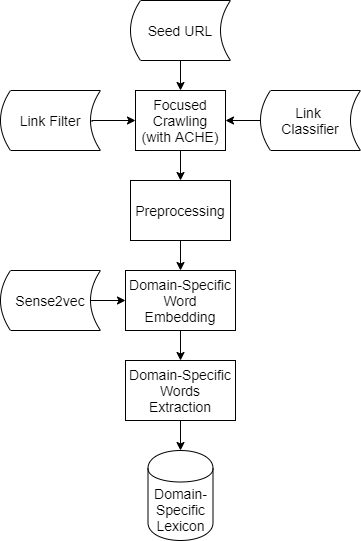
prisilamichelle/DevelopmentofDSLforABSA keeps this draw.io diagram as Conference-LaTeX-template_10-17-19/fig1.png. Above is the earlier version. Source tidied: cells renumbered, new cells last; positions are measured from the earlier drawing's top-left corner, leaving out a move shared by most shapes. Source of this version:
```xml
<mxGraphModel>
  <root>
    <mxCell id="0" />
    <mxCell id="1" parent="0" />
    <mxCell id="2" style="edgeStyle=orthogonalEdgeStyle;rounded=0;jettySize=auto;html=1;exitX=0.5;exitY=1;exitDx=0;exitDy=0;entryX=0.5;entryY=0;entryDx=0;entryDy=0;" parent="1" edge="1" source="3" target="5">
      <mxGeometry relative="1" as="geometry" />
    </mxCell>
    <mxCell id="3" value="&lt;font style=&quot;font-size: 14px&quot;&gt;Focused&lt;br&gt;Crawling&lt;br&gt;(with ACHE)&lt;/font&gt;" style="rounded=0;whiteSpace=wrap;html=1;" parent="1" vertex="1">
      <mxGeometry x="135" y="90" width="90" height="60" as="geometry" />
    </mxCell>
    <mxCell id="4" style="edgeStyle=orthogonalEdgeStyle;rounded=0;jettySize=auto;html=1;" parent="1" edge="1" source="5" target="7">
      <mxGeometry relative="1" as="geometry" />
    </mxCell>
    <mxCell id="5" value="&lt;font style=&quot;font-size: 14px&quot;&gt;Preprocessing&lt;/font&gt;" style="rounded=0;whiteSpace=wrap;html=1;" parent="1" vertex="1">
      <mxGeometry x="130" y="180" width="100" height="60" as="geometry" />
    </mxCell>
    <mxCell id="6" style="edgeStyle=orthogonalEdgeStyle;rounded=0;jettySize=auto;html=1;exitX=0.5;exitY=1;exitDx=0;exitDy=0;entryX=0.5;entryY=0;entryDx=0;entryDy=0;" parent="1" edge="1" source="7" target="18">
      <mxGeometry relative="1" as="geometry">
        <Array as="points">
          <mxPoint x="180" y="360" />
          <mxPoint x="180" y="360" />
        </Array>
      </mxGeometry>
    </mxCell>
    <mxCell id="7" value="&lt;font style=&quot;font-size: 14px&quot;&gt;Domain-Specific&lt;br&gt;Word&lt;br&gt;Embedding&lt;/font&gt;" style="rounded=0;whiteSpace=wrap;html=1;" parent="1" vertex="1">
      <mxGeometry x="125" y="270" width="110" height="60" as="geometry" />
    </mxCell>
    <mxCell id="8" style="edgeStyle=orthogonalEdgeStyle;rounded=0;jettySize=auto;html=1;exitX=0.5;exitY=1;exitDx=0;exitDy=0;entryX=0.5;entryY=0;entryDx=0;entryDy=0;" parent="1" edge="1" source="18" target="13">
      <mxGeometry relative="1" as="geometry" />
    </mxCell>
    <mxCell id="9" style="edgeStyle=orthogonalEdgeStyle;rounded=0;jettySize=auto;html=1;exitX=0.9;exitY=0.5;exitDx=0;exitDy=0;exitPerimeter=0;" parent="1" edge="1" source="10" target="7">
      <mxGeometry relative="1" as="geometry" />
    </mxCell>
    <mxCell id="10" value="&lt;font style=&quot;font-size: 14px&quot;&gt;Sense2vec&lt;/font&gt;" style="shape=dataStorage;whiteSpace=wrap;html=1;" parent="1" vertex="1">
      <mxGeometry y="270" width="100" height="60" as="geometry" />
    </mxCell>
    <mxCell id="11" style="edgeStyle=orthogonalEdgeStyle;rounded=0;jettySize=auto;html=1;" parent="1" edge="1" source="12" target="3">
      <mxGeometry relative="1" as="geometry" />
    </mxCell>
    <mxCell id="12" value="&lt;span style=&quot;font-size: 14px&quot;&gt;Link &lt;br&gt;Classifier&lt;br&gt;&lt;/span&gt;" style="shape=dataStorage;whiteSpace=wrap;html=1;" parent="1" vertex="1">
      <mxGeometry x="260" y="90" width="100" height="60" as="geometry" />
    </mxCell>
    <mxCell id="13" value="&lt;font style=&quot;font-size: 14px&quot;&gt;Domain-Specific Lexicon&lt;/font&gt;" style="shape=cylinder;whiteSpace=wrap;html=1;boundedLbl=1;backgroundOutline=1;" parent="1" vertex="1">
      <mxGeometry x="147.5" y="450" width="65" height="90" as="geometry" />
    </mxCell>
    <mxCell id="14" style="edgeStyle=orthogonalEdgeStyle;rounded=0;jettySize=auto;html=1;" parent="1" edge="1" source="15" target="3">
      <mxGeometry relative="1" as="geometry" />
    </mxCell>
    <mxCell id="15" value="&lt;span style=&quot;font-size: 14px&quot;&gt;Seed URL&lt;br&gt;&lt;/span&gt;" style="shape=dataStorage;whiteSpace=wrap;html=1;" parent="1" vertex="1">
      <mxGeometry x="130" width="100" height="60" as="geometry" />
    </mxCell>
    <mxCell id="16" style="edgeStyle=orthogonalEdgeStyle;rounded=0;jettySize=auto;html=1;exitX=0.915;exitY=0.519;exitDx=0;exitDy=0;exitPerimeter=0;" parent="1" edge="1" source="17" target="3">
      <mxGeometry relative="1" as="geometry">
        <Array as="points">
          <mxPoint x="92" y="120" />
        </Array>
      </mxGeometry>
    </mxCell>
    <mxCell id="17" value="&lt;span style=&quot;font-size: 14px&quot;&gt;Link Filter&lt;br&gt;&lt;/span&gt;" style="shape=dataStorage;whiteSpace=wrap;html=1;" parent="1" vertex="1">
      <mxGeometry y="90" width="100" height="60" as="geometry" />
    </mxCell>
    <mxCell id="18" value="&lt;font style=&quot;font-size: 14px&quot;&gt;Domain-Specific&lt;br&gt;Words&lt;br&gt;Extraction&lt;/font&gt;" style="rounded=0;whiteSpace=wrap;html=1;" parent="1" vertex="1">
      <mxGeometry x="125" y="360" width="110" height="60" as="geometry" />
    </mxCell>
  </root>
</mxGraphModel>
```
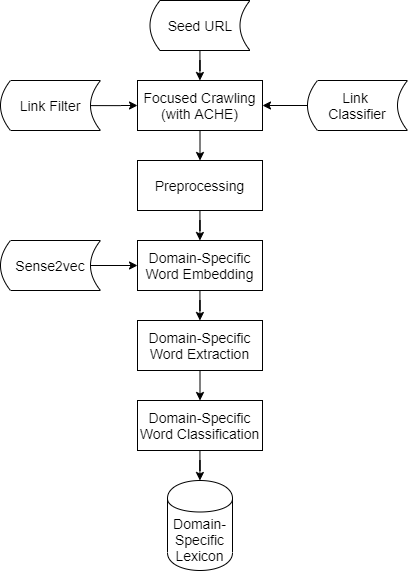
Above is the later version.

Diff of the diagram source:
```diff
@@ -5,62 +5,59 @@
     <mxCell id="2" style="edgeStyle=orthogonalEdgeStyle;rounded=0;jettySize=auto;html=1;exitX=0.5;exitY=1;exitDx=0;exitDy=0;entryX=0.5;entryY=0;entryDx=0;entryDy=0;" parent="1" edge="1" source="3" target="5">
       <mxGeometry relative="1" as="geometry" />
     </mxCell>
-    <mxCell id="3" value="&lt;font style=&quot;font-size: 14px&quot;&gt;Focused&lt;br&gt;Crawling&lt;br&gt;(with ACHE)&lt;/font&gt;" style="rounded=0;whiteSpace=wrap;html=1;" parent="1" vertex="1">
-      <mxGeometry x="135" y="90" width="90" height="60" as="geometry" />
+    <mxCell id="3" value="&lt;font style=&quot;font-size: 14px&quot;&gt;Focused Crawling&lt;br&gt;(with ACHE)&lt;/font&gt;" style="rounded=0;whiteSpace=wrap;html=1;" parent="1" vertex="1">
+      <mxGeometry x="135" y="90" width="125" height="50" as="geometry" />
     </mxCell>
     <mxCell id="4" style="edgeStyle=orthogonalEdgeStyle;rounded=0;jettySize=auto;html=1;" parent="1" edge="1" source="5" target="7">
       <mxGeometry relative="1" as="geometry" />
     </mxCell>
-    <mxCell id="5" value="&lt;font style=&quot;font-size: 14px&quot;&gt;Preprocessing&lt;/font&gt;" style="rounded=0;whiteSpace=wrap;html=1;" parent="1" vertex="1">
-      <mxGeometry x="130" y="180" width="100" height="60" as="geometry" />
+    <mxCell id="5" value="&lt;font style=&quot;font-size: 14px&quot;&gt;Preprocessing&lt;/font&gt;" style="rounded=0;whiteSpace=wrap;html=1;imageHeight=24;" parent="1" vertex="1">
+      <mxGeometry x="135" y="170" width="125" height="50" as="geometry" />
     </mxCell>
-    <mxCell id="6" style="edgeStyle=orthogonalEdgeStyle;rounded=0;jettySize=auto;html=1;exitX=0.5;exitY=1;exitDx=0;exitDy=0;entryX=0.5;entryY=0;entryDx=0;entryDy=0;" parent="1" edge="1" source="7" target="18">
-      <mxGeometry relative="1" as="geometry">
-        <Array as="points">
-          <mxPoint x="180" y="360" />
-          <mxPoint x="180" y="360" />
-        </Array>
-      </mxGeometry>
+    <mxCell id="6" style="edgeStyle=orthogonalEdgeStyle;rounded=0;jettySize=auto;html=1;" parent="1" edge="1" source="7" target="18">
+      <mxGeometry relative="1" as="geometry" />
     </mxCell>
-    <mxCell id="7" value="&lt;font style=&quot;font-size: 14px&quot;&gt;Domain-Specific&lt;br&gt;Word&lt;br&gt;Embedding&lt;/font&gt;" style="rounded=0;whiteSpace=wrap;html=1;" parent="1" vertex="1">
-      <mxGeometry x="125" y="270" width="110" height="60" as="geometry" />
+    <mxCell id="7" value="&lt;font style=&quot;font-size: 14px&quot;&gt;Domain-Specific&lt;br&gt;Word Embedding&lt;/font&gt;" style="rounded=0;whiteSpace=wrap;html=1;" parent="1" vertex="1">
+      <mxGeometry x="135" y="250" width="125" height="50" as="geometry" />
     </mxCell>
-    <mxCell id="8" style="edgeStyle=orthogonalEdgeStyle;rounded=0;jettySize=auto;html=1;exitX=0.5;exitY=1;exitDx=0;exitDy=0;entryX=0.5;entryY=0;entryDx=0;entryDy=0;" parent="1" edge="1" source="18" target="13">
+    <mxCell id="8" style="edgeStyle=orthogonalEdgeStyle;rounded=0;jettySize=auto;html=1;exitX=0.5;exitY=1;exitDx=0;exitDy=0;entryX=0.5;entryY=0;entryDx=0;entryDy=0;" parent="1" edge="1" source="18" target="20">
       <mxGeometry relative="1" as="geometry" />
     </mxCell>
     <mxCell id="9" style="edgeStyle=orthogonalEdgeStyle;rounded=0;jettySize=auto;html=1;exitX=0.9;exitY=0.5;exitDx=0;exitDy=0;exitPerimeter=0;" parent="1" edge="1" source="10" target="7">
       <mxGeometry relative="1" as="geometry" />
     </mxCell>
     <mxCell id="10" value="&lt;font style=&quot;font-size: 14px&quot;&gt;Sense2vec&lt;/font&gt;" style="shape=dataStorage;whiteSpace=wrap;html=1;" parent="1" vertex="1">
-      <mxGeometry y="270" width="100" height="60" as="geometry" />
+      <mxGeometry x="-2" y="250" width="100" height="50" as="geometry" />
     </mxCell>
     <mxCell id="11" style="edgeStyle=orthogonalEdgeStyle;rounded=0;jettySize=auto;html=1;" parent="1" edge="1" source="12" target="3">
       <mxGeometry relative="1" as="geometry" />
     </mxCell>
     <mxCell id="12" value="&lt;span style=&quot;font-size: 14px&quot;&gt;Link &lt;br&gt;Classifier&lt;br&gt;&lt;/span&gt;" style="shape=dataStorage;whiteSpace=wrap;html=1;" parent="1" vertex="1">
-      <mxGeometry x="260" y="90" width="100" height="60" as="geometry" />
+      <mxGeometry x="305" y="90" width="100" height="50" as="geometry" />
     </mxCell>
     <mxCell id="13" value="&lt;font style=&quot;font-size: 14px&quot;&gt;Domain-Specific Lexicon&lt;/font&gt;" style="shape=cylinder;whiteSpace=wrap;html=1;boundedLbl=1;backgroundOutline=1;" parent="1" vertex="1">
-      <mxGeometry x="147.5" y="450" width="65" height="90" as="geometry" />
+      <mxGeometry x="165" y="490" width="65" height="90" as="geometry" />
     </mxCell>
     <mxCell id="14" style="edgeStyle=orthogonalEdgeStyle;rounded=0;jettySize=auto;html=1;" parent="1" edge="1" source="15" target="3">
       <mxGeometry relative="1" as="geometry" />
     </mxCell>
     <mxCell id="15" value="&lt;span style=&quot;font-size: 14px&quot;&gt;Seed URL&lt;br&gt;&lt;/span&gt;" style="shape=dataStorage;whiteSpace=wrap;html=1;" parent="1" vertex="1">
-      <mxGeometry x="130" width="100" height="60" as="geometry" />
+      <mxGeometry x="147.5" y="10" width="100" height="50" as="geometry" />
     </mxCell>
-    <mxCell id="16" style="edgeStyle=orthogonalEdgeStyle;rounded=0;jettySize=auto;html=1;exitX=0.915;exitY=0.519;exitDx=0;exitDy=0;exitPerimeter=0;" parent="1" edge="1" source="17" target="3">
-      <mxGeometry relative="1" as="geometry">
-        <Array as="points">
-          <mxPoint x="92" y="120" />
-        </Array>
-      </mxGeometry>
+    <mxCell id="16" style="edgeStyle=orthogonalEdgeStyle;rounded=0;jettySize=auto;html=1;entryX=0;entryY=0.5;entryDx=0;entryDy=0;exitX=0.892;exitY=0.502;exitDx=0;exitDy=0;exitPerimeter=0;" parent="1" edge="1" source="17" target="3">
+      <mxGeometry relative="1" as="geometry" />
     </mxCell>
     <mxCell id="17" value="&lt;span style=&quot;font-size: 14px&quot;&gt;Link Filter&lt;br&gt;&lt;/span&gt;" style="shape=dataStorage;whiteSpace=wrap;html=1;" parent="1" vertex="1">
-      <mxGeometry y="90" width="100" height="60" as="geometry" />
+      <mxGeometry x="-2" y="90" width="100" height="50" as="geometry" />
     </mxCell>
-    <mxCell id="18" value="&lt;font style=&quot;font-size: 14px&quot;&gt;Domain-Specific&lt;br&gt;Words&lt;br&gt;Extraction&lt;/font&gt;" style="rounded=0;whiteSpace=wrap;html=1;" parent="1" vertex="1">
-      <mxGeometry x="125" y="360" width="110" height="60" as="geometry" />
+    <mxCell id="18" value="&lt;font style=&quot;font-size: 14px&quot;&gt;Domain-Specific&lt;br&gt;Word Extraction&lt;/font&gt;" style="rounded=0;whiteSpace=wrap;html=1;" parent="1" vertex="1">
+      <mxGeometry x="135" y="330" width="125" height="50" as="geometry" />
     </mxCell>
+    <mxCell id="19" style="edgeStyle=orthogonalEdgeStyle;rounded=0;jettySize=auto;html=1;" parent="1" edge="1" source="20" target="13">
+      <mxGeometry relative="1" as="geometry" />
+    </mxCell>
+    <mxCell id="20" value="&lt;font style=&quot;font-size: 14px&quot;&gt;Domain-Specific&lt;br&gt;Word Classification&lt;/font&gt;" style="rounded=0;whiteSpace=wrap;html=1;" parent="1" vertex="1">
+      <mxGeometry x="135" y="410" width="125" height="50" as="geometry" />
+    </mxCell>
   </root>
 </mxGraphModel>
```
